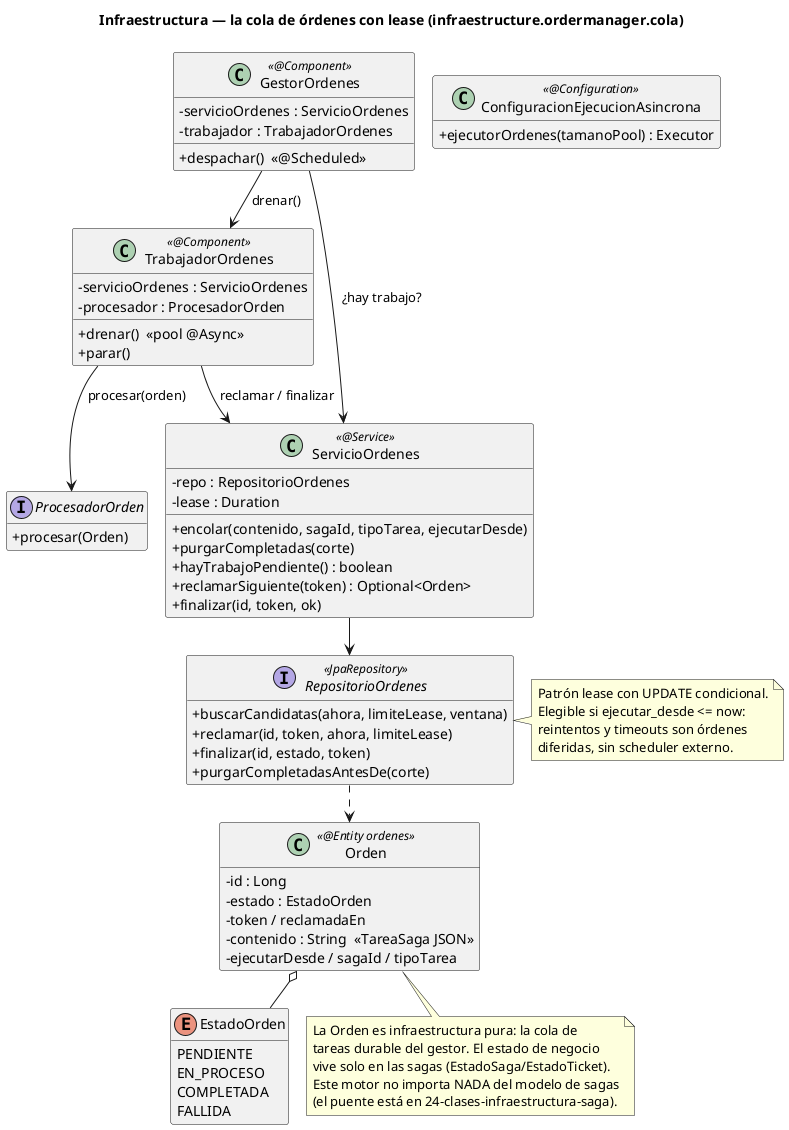
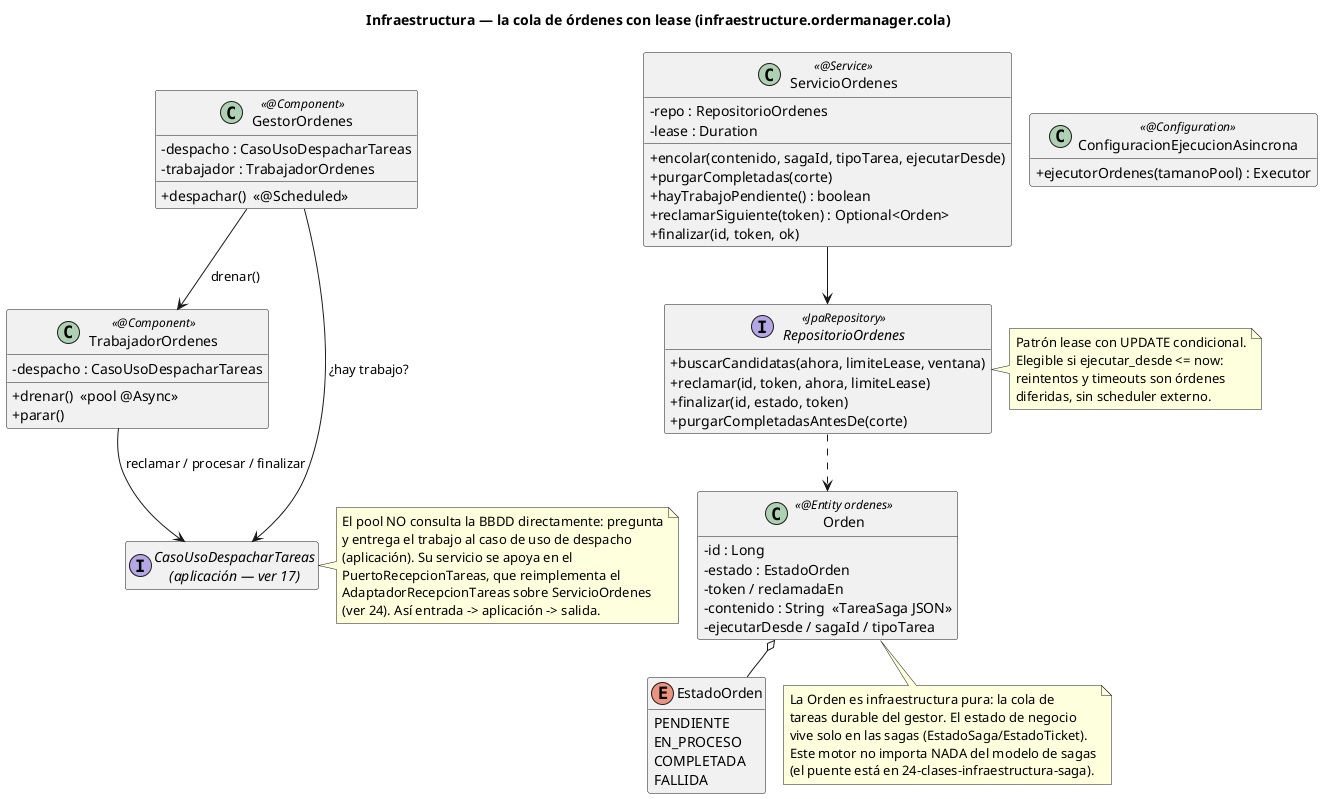
@startuml 23-clases-infraestructura-cola
title Infraestructura — la cola de órdenes con lease (infraestructure.ordermanager.cola)
!pragma layout smetana
hide empty members
skinparam classAttributeIconSize 0

class GestorOrdenes <<@Component>> {
-   -servicioOrdenes : ServicioOrdenes
+   -despacho : CasoUsoDespacharTareas
  -trabajador : TrabajadorOrdenes
  +despachar()  «@Scheduled»
}
class TrabajadorOrdenes <<@Component>> {
-   -servicioOrdenes : ServicioOrdenes
-   -procesador : ProcesadorOrden
+   -despacho : CasoUsoDespacharTareas
  +drenar()  «pool @Async»
  +parar()
}
+ interface "CasoUsoDespacharTareas\n(aplicación — ver 17)" as CasoUsoDespacharTareas
class ServicioOrdenes <<@Service>> {
  -repo : RepositorioOrdenes
  -lease : Duration
  +encolar(contenido, sagaId, tipoTarea, ejecutarDesde)
  +purgarCompletadas(corte)
  +hayTrabajoPendiente() : boolean
  +reclamarSiguiente(token) : Optional<Orden>
  +finalizar(id, token, ok)
}
interface RepositorioOrdenes <<JpaRepository>> {
  +buscarCandidatas(ahora, limiteLease, ventana)
  +reclamar(id, token, ahora, limiteLease)
  +finalizar(id, estado, token)
  +purgarCompletadasAntesDe(corte)
}
note right of RepositorioOrdenes
  Patrón lease con UPDATE condicional.
  Elegible si ejecutar_desde <= now:
  reintentos y timeouts son órdenes
  diferidas, sin scheduler externo.
end note
class Orden <<@Entity ordenes>> {
  -id : Long
  -estado : EstadoOrden
  -token / reclamadaEn
  -contenido : String  «TareaSaga JSON»
  -ejecutarDesde / sagaId / tipoTarea
}
enum EstadoOrden {
  PENDIENTE
  EN_PROCESO
  COMPLETADA
  FALLIDA
}
- interface ProcesadorOrden {
-   +procesar(Orden)
- }
class ConfiguracionEjecucionAsincrona <<@Configuration>> {
  +ejecutorOrdenes(tamanoPool) : Executor
}
note bottom of Orden
  La Orden es infraestructura pura: la cola de
  tareas durable del gestor. El estado de negocio
  vive solo en las sagas (EstadoSaga/EstadoTicket).
  Este motor no importa NADA del modelo de sagas
  (el puente está en 24-clases-infraestructura-saga).
end note
+ note right of CasoUsoDespacharTareas
+   El pool NO consulta la BBDD directamente: pregunta
+   y entrega el trabajo al caso de uso de despacho
+   (aplicación). Su servicio se apoya en el
+   PuertoRecepcionTareas, que reimplementa el
+   AdaptadorRecepcionTareas sobre ServicioOrdenes
+   (ver 24). Así entrada -> aplicación -> salida.
+ end note

- GestorOrdenes --> ServicioOrdenes : ¿hay trabajo?
+ GestorOrdenes --> CasoUsoDespacharTareas : ¿hay trabajo?
GestorOrdenes --> TrabajadorOrdenes : drenar()
- TrabajadorOrdenes --> ServicioOrdenes : reclamar / finalizar
- TrabajadorOrdenes --> ProcesadorOrden : procesar(orden)
+ TrabajadorOrdenes --> CasoUsoDespacharTareas : reclamar / procesar / finalizar
ServicioOrdenes --> RepositorioOrdenes
RepositorioOrdenes ..> Orden
Orden o-- EstadoOrden
@enduml
